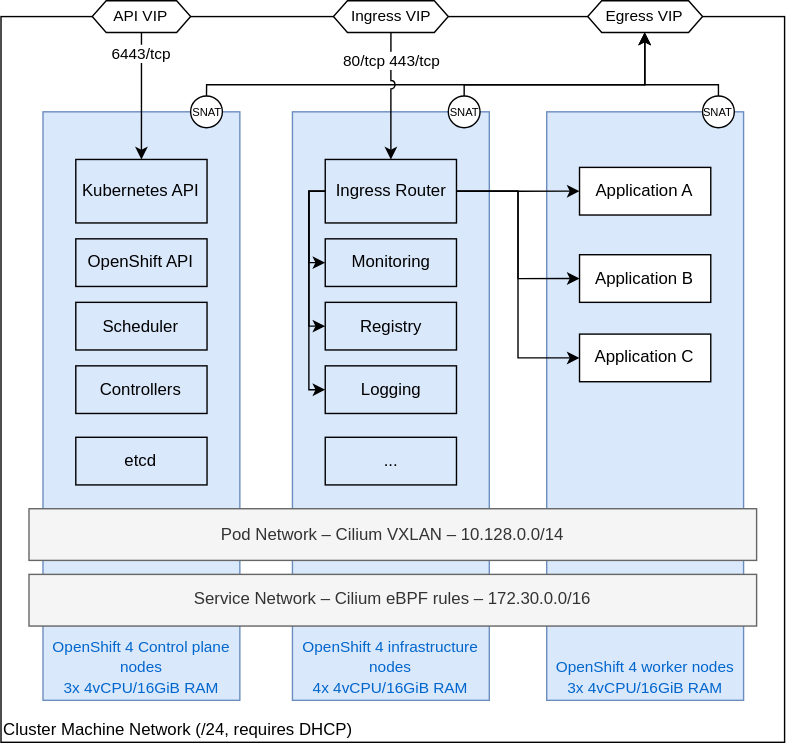
The draw.io diagram docs/modules/ROOT/assets/images/ocp4-architecture.svg in appuio/openshift4-docs, before a commit. Source tidied: cells renumbered, new cells last; positions are measured from the earlier drawing's top-left corner, leaving out a move shared by most shapes.
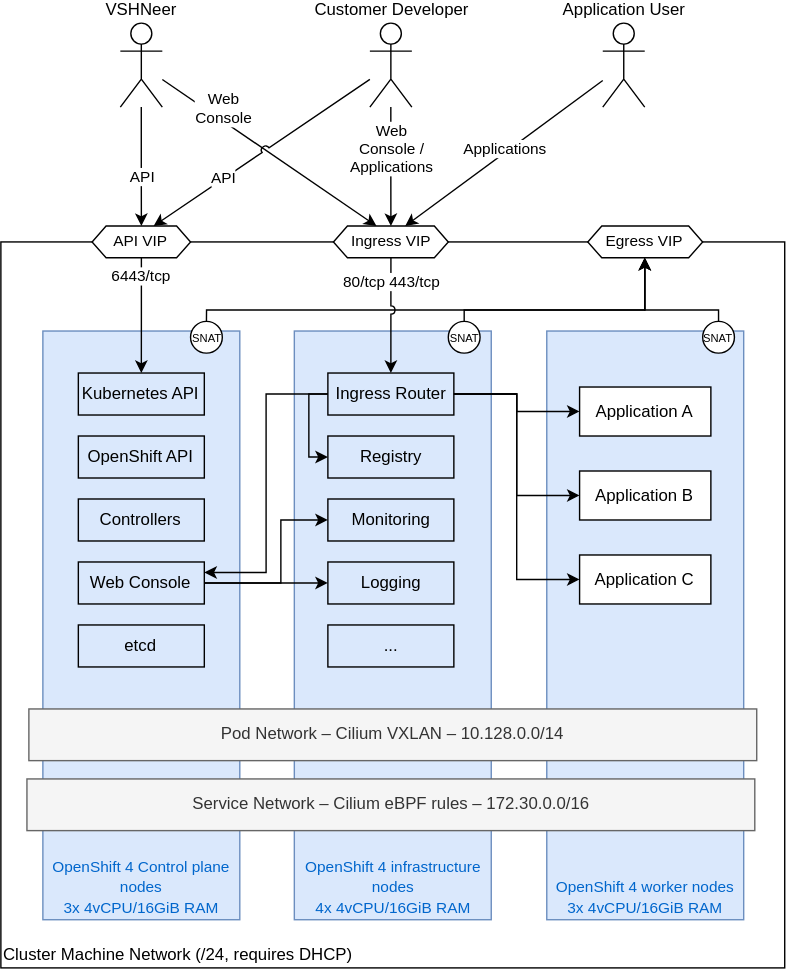
The same diagram one commit later.

Commit message:
Add section on user access

The edit, as a diff of the source:
```diff
@@ -3,110 +3,54 @@
     <mxCell id="0" />
     <mxCell id="1" parent="0" />
     <mxCell id="2" value="&lt;font color=&quot;#000000&quot;&gt;Cluster Machine Network (/24, requires DHCP)&lt;br&gt;&lt;/font&gt;" style="rounded=0;whiteSpace=wrap;html=1;fontColor=#0066CC;fillColor=none;verticalAlign=bottom;align=left;labelPosition=center;verticalLabelPosition=middle;" parent="1" vertex="1">
-      <mxGeometry y="11.4" width="560" height="518.6" as="geometry" />
+      <mxGeometry y="256.4" width="560" height="518.6" as="geometry" />
     </mxCell>
     <mxCell id="3" style="edgeStyle=orthogonalEdgeStyle;rounded=0;jettySize=auto;html=1;fontSize=11;fontColor=#000000;exitX=0.5;exitY=0;exitDx=0;exitDy=0;entryX=0.5;entryY=1;entryDx=0;entryDy=0;jumpStyle=none;" parent="1" edge="1" source="34" target="32">
       <mxGeometry relative="1" as="geometry">
         <Array as="points">
-          <mxPoint x="147" y="60" />
-          <mxPoint x="460" y="60" />
-          <mxPoint x="460" y="23" />
+          <mxPoint x="147" y="305" />
+          <mxPoint x="460" y="305" />
+          <mxPoint x="460" y="268" />
         </Array>
       </mxGeometry>
     </mxCell>
     <mxCell id="4" value="&lt;font style=&quot;font-size: 11px&quot;&gt;OpenShift 4 Control plane nodes&lt;br&gt;3x 4vCPU/16GiB RAM&lt;br&gt;&lt;/font&gt;" style="rounded=0;whiteSpace=wrap;html=1;verticalAlign=bottom;fillColor=#dae8fc;strokeColor=#6c8ebf;fontColor=#0066CC;" parent="1" vertex="1">
-      <mxGeometry x="30" y="79.4" width="140.7" height="420.6" as="geometry" />
+      <mxGeometry x="30" y="320" width="140.7" height="420.6" as="geometry" />
     </mxCell>
     <mxCell id="5" value="&lt;font style=&quot;font-size: 11px&quot;&gt;OpenShift 4 infrastructure nodes&lt;br&gt;4x 4vCPU/16GiB RAM&lt;br&gt;&lt;/font&gt;" style="rounded=0;whiteSpace=wrap;html=1;verticalAlign=bottom;fillColor=#dae8fc;strokeColor=#6c8ebf;fontColor=#0066CC;" parent="1" vertex="1">
-      <mxGeometry x="208.3" y="79.4" width="140.7" height="420.6" as="geometry" />
+      <mxGeometry x="209.6" y="320" width="140.7" height="420.6" as="geometry" />
     </mxCell>
     <mxCell id="6" value="&lt;font style=&quot;font-size: 11px&quot;&gt;OpenShift 4 worker nodes&lt;br&gt;3x 4vCPU/16GiB RAM&lt;br&gt;&lt;/font&gt;" style="rounded=0;whiteSpace=wrap;html=1;verticalAlign=bottom;fillColor=#dae8fc;strokeColor=#6c8ebf;fontColor=#0066CC;" parent="1" vertex="1">
-      <mxGeometry x="390" y="79.4" width="140.7" height="420.6" as="geometry" />
+      <mxGeometry x="390" y="320" width="140.7" height="420.6" as="geometry" />
     </mxCell>
     <mxCell id="7" value="&lt;div align=&quot;center&quot;&gt;Pod Network – Cilium VXLAN – 10.128.0.0/14&lt;/div&gt;" style="rounded=0;whiteSpace=wrap;html=1;align=center;fillColor=#f5f5f5;fontColor=#333333;strokeColor=#666666;" parent="1" vertex="1">
-      <mxGeometry x="20" y="363.1" width="520" height="36.9" as="geometry" />
+      <mxGeometry x="20" y="590" width="520" height="36.9" as="geometry" />
     </mxCell>
-    <mxCell id="8" value="Kubernetes API" style="rounded=0;whiteSpace=wrap;html=1;fontColor=#000000;fillColor=none;" parent="1" vertex="1">
-      <mxGeometry x="53.4" y="113.5" width="93.8" height="45.4" as="geometry" />
-    </mxCell>
-    <mxCell id="9" value="Scheduler" style="rounded=0;whiteSpace=wrap;html=1;fontColor=#000000;fillColor=none;" parent="1" vertex="1">
-      <mxGeometry x="53.4" y="215.6" width="93.8" height="34" as="geometry" />
-    </mxCell>
-    <mxCell id="10" value="Controllers" style="rounded=0;whiteSpace=wrap;html=1;fontColor=#000000;fillColor=none;" parent="1" vertex="1">
-      <mxGeometry x="53.4" y="261" width="93.8" height="34" as="geometry" />
-    </mxCell>
-    <mxCell id="11" value="OpenShift API" style="rounded=0;whiteSpace=wrap;html=1;fontColor=#000000;fillColor=none;" parent="1" vertex="1">
-      <mxGeometry x="53.4" y="170.2" width="93.8" height="34" as="geometry" />
-    </mxCell>
-    <mxCell id="12" value="etcd" style="rounded=0;whiteSpace=wrap;html=1;fontColor=#000000;fillColor=none;" parent="1" vertex="1">
-      <mxGeometry x="53.4" y="312" width="93.8" height="34" as="geometry" />
-    </mxCell>
-    <mxCell id="13" value="Ingress Router" style="rounded=0;whiteSpace=wrap;html=1;fontColor=#000000;fillColor=none;" parent="1" vertex="1">
-      <mxGeometry x="231.7" y="113.5" width="93.8" height="45.4" as="geometry" />
-    </mxCell>
-    <mxCell id="14" value="Monitoring" style="rounded=0;whiteSpace=wrap;html=1;fontColor=#000000;fillColor=none;" parent="1" vertex="1">
-      <mxGeometry x="231.7" y="170.2" width="93.8" height="34" as="geometry" />
-    </mxCell>
-    <mxCell id="15" style="edgeStyle=orthogonalEdgeStyle;rounded=0;jettySize=auto;html=1;fontSize=11;fontColor=#000000;entryX=0;entryY=0.5;entryDx=0;entryDy=0;exitX=0;exitY=0.5;exitDx=0;exitDy=0;" parent="1" edge="1" source="13" target="14">
-      <mxGeometry relative="1" as="geometry">
-        <Array as="points">
-          <mxPoint x="220" y="136.2" />
-          <mxPoint x="220" y="187.2" />
-        </Array>
-      </mxGeometry>
-    </mxCell>
-    <mxCell id="16" value="Registry" style="rounded=0;whiteSpace=wrap;html=1;fontColor=#000000;fillColor=none;" parent="1" vertex="1">
-      <mxGeometry x="231.7" y="215.6" width="93.8" height="34" as="geometry" />
-    </mxCell>
-    <mxCell id="17" style="edgeStyle=orthogonalEdgeStyle;rounded=0;jettySize=auto;html=1;fontSize=11;fontColor=#000000;entryX=0;entryY=0.5;entryDx=0;entryDy=0;exitX=0;exitY=0.5;exitDx=0;exitDy=0;" parent="1" edge="1" source="13" target="16">
-      <mxGeometry relative="1" as="geometry">
-        <Array as="points">
-          <mxPoint x="220" y="136.2" />
-          <mxPoint x="220" y="232.6" />
-        </Array>
-      </mxGeometry>
-    </mxCell>
-    <mxCell id="18" value="Logging" style="rounded=0;whiteSpace=wrap;html=1;fontColor=#000000;fillColor=none;" parent="1" vertex="1">
-      <mxGeometry x="231.7" y="261" width="93.8" height="34" as="geometry" />
-    </mxCell>
-    <mxCell id="19" style="edgeStyle=orthogonalEdgeStyle;rounded=0;jettySize=auto;html=1;fontSize=11;fontColor=#000000;entryX=0;entryY=0.5;entryDx=0;entryDy=0;exitX=0;exitY=0.5;exitDx=0;exitDy=0;" parent="1" edge="1" source="13" target="18">
-      <mxGeometry relative="1" as="geometry">
-        <Array as="points">
-          <mxPoint x="220" y="136.2" />
-          <mxPoint x="220" y="278" />
-        </Array>
-      </mxGeometry>
-    </mxCell>
-    <mxCell id="20" value="..." style="rounded=0;whiteSpace=wrap;html=1;fontColor=#000000;fillColor=none;" parent="1" vertex="1">
-      <mxGeometry x="231.7" y="312" width="93.8" height="34" as="geometry" />
-    </mxCell>
     <mxCell id="21" value="Application A" style="rounded=0;whiteSpace=wrap;html=1;fontColor=#000000;fillColor=default;" parent="1" vertex="1">
-      <mxGeometry x="413.5" y="119.1" width="93.8" height="34" as="geometry" />
+      <mxGeometry x="413.5" y="360" width="93.8" height="35" as="geometry" />
     </mxCell>
-    <mxCell id="22" style="edgeStyle=orthogonalEdgeStyle;rounded=0;jettySize=auto;html=1;fontSize=11;fontColor=#000000;" parent="1" edge="1" source="13" target="21">
+    <mxCell id="22" style="edgeStyle=orthogonalEdgeStyle;rounded=0;jettySize=auto;html=1;fontSize=11;fontColor=#000000;exitX=1;exitY=0.5;exitDx=0;exitDy=0;" parent="1" edge="1" source="13" target="21">
       <mxGeometry relative="1" as="geometry" />
     </mxCell>
     <mxCell id="23" value="Application B" style="rounded=0;whiteSpace=wrap;html=1;fontColor=#000000;fillColor=default;" parent="1" vertex="1">
-      <mxGeometry x="413.5" y="181.5" width="93.8" height="34" as="geometry" />
+      <mxGeometry x="413.5" y="420" width="93.8" height="35" as="geometry" />
     </mxCell>
-    <mxCell id="24" style="edgeStyle=orthogonalEdgeStyle;rounded=0;jettySize=auto;html=1;fontSize=11;fontColor=#000000;entryX=0;entryY=0.5;entryDx=0;entryDy=0;" parent="1" edge="1" source="13" target="23">
+    <mxCell id="24" style="edgeStyle=orthogonalEdgeStyle;rounded=0;jettySize=auto;html=1;fontSize=11;fontColor=#000000;entryX=0;entryY=0.5;entryDx=0;entryDy=0;exitX=1;exitY=0.5;exitDx=0;exitDy=0;" parent="1" edge="1" source="13" target="23">
       <mxGeometry relative="1" as="geometry" />
     </mxCell>
     <mxCell id="25" value="Application C" style="rounded=0;whiteSpace=wrap;html=1;fontColor=#000000;fillColor=default;" parent="1" vertex="1">
-      <mxGeometry x="413.5" y="238.3" width="93.8" height="34" as="geometry" />
+      <mxGeometry x="413.5" y="480" width="93.8" height="35" as="geometry" />
     </mxCell>
-    <mxCell id="26" style="edgeStyle=orthogonalEdgeStyle;rounded=0;jettySize=auto;html=1;fontSize=11;fontColor=#000000;entryX=0;entryY=0.5;entryDx=0;entryDy=0;" parent="1" edge="1" source="13" target="25">
+    <mxCell id="26" style="edgeStyle=orthogonalEdgeStyle;rounded=0;jettySize=auto;html=1;fontSize=11;fontColor=#000000;entryX=0;entryY=0.5;entryDx=0;entryDy=0;exitX=1;exitY=0.5;exitDx=0;exitDy=0;" parent="1" edge="1" source="13" target="25">
       <mxGeometry relative="1" as="geometry" />
     </mxCell>
-    <mxCell id="27" value="6443/tcp" style="edgeStyle=orthogonalEdgeStyle;rounded=0;jettySize=auto;html=1;fontSize=11;fontColor=#000000;" parent="1" edge="1" source="28">
-      <mxGeometry x="-0.67" relative="1" as="geometry">
-        <mxPoint x="100.3" y="113.5" as="targetPoint" />
-      </mxGeometry>
+    <mxCell id="27" value="6443/tcp" style="edgeStyle=orthogonalEdgeStyle;rounded=0;jettySize=auto;html=1;fontSize=11;fontColor=#000000;entryX=0.5;entryY=0;entryDx=0;entryDy=0;" parent="1" edge="1" source="28" target="8">
+      <mxGeometry x="-0.67" relative="1" as="geometry" />
     </mxCell>
     <mxCell id="28" value="API VIP" style="shape=hexagon;perimeter=hexagonPerimeter2;whiteSpace=wrap;html=1;fixedSize=1;fontSize=11;fontColor=#000000;fillColor=default;size=10;" parent="1" vertex="1">
-      <mxGeometry x="65.2" width="70.3" height="22.7" as="geometry" />
+      <mxGeometry x="65.2" y="245" width="70.3" height="22.7" as="geometry" />
     </mxCell>
-    <mxCell id="29" style="edgeStyle=orthogonalEdgeStyle;rounded=0;jettySize=auto;html=1;fontSize=11;fontColor=#000000;entryX=0.5;entryY=0;entryDx=0;entryDy=0;jumpStyle=arc;" parent="1" edge="1" source="31" target="13">
+    <mxCell id="29" style="edgeStyle=orthogonalEdgeStyle;rounded=0;jettySize=auto;html=1;fontSize=11;fontColor=#000000;jumpStyle=arc;entryX=0.5;entryY=0;entryDx=0;entryDy=0;" parent="1" edge="1" source="31" target="13">
       <mxGeometry relative="1" as="geometry" />
     </mxCell>
     <mxCell id="30" value="80/tcp 443/tcp" style="edgeLabel;html=1;align=center;verticalAlign=middle;fontSize=11;fontColor=#000000;" parent="29" vertex="1">
@@ -115,39 +59,140 @@
       </mxGeometry>
     </mxCell>
     <mxCell id="31" value="Ingress VIP" style="shape=hexagon;perimeter=hexagonPerimeter2;whiteSpace=wrap;html=1;fixedSize=1;fontSize=11;fontColor=#000000;fillColor=default;size=10;" parent="1" vertex="1">
-      <mxGeometry x="237.6" width="82.1" height="22.7" as="geometry" />
+      <mxGeometry x="237.6" y="245" width="82.1" height="22.7" as="geometry" />
     </mxCell>
     <mxCell id="32" value="Egress VIP" style="shape=hexagon;perimeter=hexagonPerimeter2;whiteSpace=wrap;html=1;fixedSize=1;fontSize=11;fontColor=#000000;fillColor=default;size=10;" parent="1" vertex="1">
-      <mxGeometry x="419.3" width="82.1" height="22.7" as="geometry" />
+      <mxGeometry x="419.3" y="245" width="82.1" height="22.7" as="geometry" />
     </mxCell>
     <mxCell id="33" style="edgeStyle=orthogonalEdgeStyle;rounded=0;jettySize=auto;html=1;fontSize=11;fontColor=#000000;exitX=0.5;exitY=0;exitDx=0;exitDy=0;entryX=0.5;entryY=1;entryDx=0;entryDy=0;startArrow=none;" parent="1" edge="1" source="35" target="32">
       <mxGeometry relative="1" as="geometry">
         <Array as="points">
-          <mxPoint x="331" y="60" />
-          <mxPoint x="460" y="60" />
-          <mxPoint x="460" y="23" />
+          <mxPoint x="331" y="305" />
+          <mxPoint x="460" y="305" />
+          <mxPoint x="460" y="268" />
         </Array>
       </mxGeometry>
     </mxCell>
     <mxCell id="34" value="&lt;font style=&quot;font-size: 8px ; line-height: 1&quot;&gt;SNAT&lt;/font&gt;" style="ellipse;whiteSpace=wrap;html=1;fontSize=11;fontColor=#000000;fillColor=default;" parent="1" vertex="1">
-      <mxGeometry x="135.5" y="68.1" width="22.7" height="22.7" as="geometry" />
+      <mxGeometry x="135.5" y="313.1" width="22.7" height="22.7" as="geometry" />
     </mxCell>
     <mxCell id="35" value="&lt;font style=&quot;font-size: 8px ; line-height: 1&quot;&gt;SNAT&lt;/font&gt;" style="ellipse;whiteSpace=wrap;html=1;fontSize=11;fontColor=#000000;fillColor=default;" parent="1" vertex="1">
-      <mxGeometry x="319.7" y="68.1" width="22.7" height="22.7" as="geometry" />
+      <mxGeometry x="319.7" y="313.1" width="22.7" height="22.7" as="geometry" />
     </mxCell>
     <mxCell id="36" value="&lt;font style=&quot;font-size: 8px ; line-height: 1&quot;&gt;SNAT&lt;/font&gt;" style="ellipse;whiteSpace=wrap;html=1;fontSize=11;fontColor=#000000;fillColor=default;" parent="1" vertex="1">
-      <mxGeometry x="501.4" y="68.1" width="22.7" height="22.7" as="geometry" />
+      <mxGeometry x="501.4" y="313.1" width="22.7" height="22.7" as="geometry" />
     </mxCell>
     <mxCell id="37" style="edgeStyle=orthogonalEdgeStyle;rounded=0;jettySize=auto;html=1;fontSize=11;fontColor=#000000;exitX=0.5;exitY=0;exitDx=0;exitDy=0;" parent="1" edge="1" source="36" target="32">
       <mxGeometry relative="1" as="geometry">
         <Array as="points">
-          <mxPoint x="513" y="60" />
-          <mxPoint x="460" y="60" />
+          <mxPoint x="513" y="305" />
+          <mxPoint x="460" y="305" />
         </Array>
       </mxGeometry>
     </mxCell>
     <mxCell id="38" value="&lt;div align=&quot;center&quot;&gt;Service Network – Cilium eBPF rules – 172.30.0.0/16&lt;/div&gt;" style="rounded=0;whiteSpace=wrap;html=1;align=center;fillColor=#f5f5f5;fontColor=#333333;strokeColor=#666666;" parent="1" vertex="1">
-      <mxGeometry x="20" y="410" width="520" height="36.9" as="geometry" />
+      <mxGeometry x="18.6" y="640" width="520" height="36.9" as="geometry" />
     </mxCell>
+    <mxCell id="39" style="edgeStyle=orthogonalEdgeStyle;rounded=0;jettySize=auto;html=1;" parent="1" edge="1" source="43" target="28">
+      <mxGeometry relative="1" as="geometry" />
+    </mxCell>
+    <mxCell id="40" value="API" style="edgeLabel;html=1;align=center;verticalAlign=middle;" parent="39" vertex="1">
+      <mxGeometry x="0.27" y="-1" relative="1" as="geometry">
+        <mxPoint x="1" y="-4" as="offset" />
+      </mxGeometry>
+    </mxCell>
+    <mxCell id="41" style="rounded=0;jettySize=auto;html=1;entryX=0.375;entryY=0;entryDx=0;entryDy=0;jumpStyle=arc;" parent="1" edge="1" source="43" target="31">
+      <mxGeometry relative="1" as="geometry" />
+    </mxCell>
+    <mxCell id="42" value="Web&lt;br&gt;Console" style="edgeLabel;html=1;align=center;verticalAlign=middle;" parent="41" vertex="1">
+      <mxGeometry x="0.42" y="-1" relative="1" as="geometry">
+        <mxPoint x="-65" y="-55" as="offset" />
+      </mxGeometry>
+    </mxCell>
+    <mxCell id="43" value="VSHNeer" style="shape=umlActor;verticalLabelPosition=top;verticalAlign=bottom;html=1;outlineConnect=0;labelPosition=center;align=center;" parent="1" vertex="1">
+      <mxGeometry x="85.3" y="100" width="30" height="60" as="geometry" />
+    </mxCell>
+    <mxCell id="17" style="edgeStyle=orthogonalEdgeStyle;rounded=0;jettySize=auto;html=1;entryX=0;entryY=0.5;entryDx=0;entryDy=0;exitX=0;exitY=0.5;exitDx=0;exitDy=0;" parent="1" edge="1" source="13" target="16">
+      <mxGeometry relative="1" as="geometry">
+        <Array as="points">
+          <mxPoint x="220" y="365" />
+          <mxPoint x="220" y="410" />
+        </Array>
+      </mxGeometry>
+    </mxCell>
+    <mxCell id="44" style="edgeStyle=orthogonalEdgeStyle;rounded=0;jettySize=auto;html=1;entryX=1;entryY=0.25;entryDx=0;entryDy=0;" parent="1" edge="1" source="13" target="47">
+      <mxGeometry relative="1" as="geometry" />
+    </mxCell>
+    <mxCell id="13" value="Ingress Router" style="rounded=0;whiteSpace=wrap;html=1;fontColor=#000000;fillColor=none;spacing=2;" parent="1" vertex="1">
+      <mxGeometry x="233.6" y="350" width="90" height="30" as="geometry" />
+    </mxCell>
+    <mxCell id="16" value="Registry" style="rounded=0;whiteSpace=wrap;html=1;fontColor=#000000;fillColor=none;spacing=2;" parent="1" vertex="1">
+      <mxGeometry x="233.6" y="395" width="90" height="30" as="geometry" />
+    </mxCell>
+    <mxCell id="18" value="Logging" style="rounded=0;whiteSpace=wrap;html=1;fontColor=#000000;fillColor=none;spacing=2;" parent="1" vertex="1">
+      <mxGeometry x="233.6" y="485" width="90" height="30" as="geometry" />
+    </mxCell>
+    <mxCell id="14" value="Monitoring" style="rounded=0;whiteSpace=wrap;html=1;fontColor=#000000;fillColor=none;spacing=2;" parent="1" vertex="1">
+      <mxGeometry x="233.6" y="440" width="90" height="30" as="geometry" />
+    </mxCell>
+    <mxCell id="8" value="Kubernetes API" style="rounded=0;whiteSpace=wrap;html=1;fontColor=#000000;fillColor=none;spacing=2;" parent="1" vertex="1">
+      <mxGeometry x="55.3" y="350" width="90" height="30" as="geometry" />
+    </mxCell>
+    <mxCell id="20" value="..." style="rounded=0;whiteSpace=wrap;html=1;fontColor=#000000;fillColor=none;spacing=2;" parent="1" vertex="1">
+      <mxGeometry x="233.6" y="530" width="90" height="30" as="geometry" />
+    </mxCell>
+    <mxCell id="11" value="OpenShift API" style="rounded=0;whiteSpace=wrap;html=1;fontColor=#000000;fillColor=none;spacing=2;" parent="1" vertex="1">
+      <mxGeometry x="55.3" y="395" width="90" height="30" as="geometry" />
+    </mxCell>
+    <mxCell id="10" value="Controllers" style="rounded=0;whiteSpace=wrap;html=1;fontColor=#000000;fillColor=none;spacing=2;" parent="1" vertex="1">
+      <mxGeometry x="55.3" y="440" width="90" height="30" as="geometry" />
+    </mxCell>
+    <mxCell id="45" style="edgeStyle=orthogonalEdgeStyle;rounded=0;jettySize=auto;html=1;entryX=0;entryY=0.5;entryDx=0;entryDy=0;" parent="1" edge="1" source="47" target="14">
+      <mxGeometry relative="1" as="geometry">
+        <Array as="points">
+          <mxPoint x="200" y="500" />
+          <mxPoint x="200" y="455" />
+        </Array>
+      </mxGeometry>
+    </mxCell>
+    <mxCell id="46" style="edgeStyle=orthogonalEdgeStyle;rounded=0;jettySize=auto;html=1;entryX=0;entryY=0.5;entryDx=0;entryDy=0;" parent="1" edge="1" source="47" target="18">
+      <mxGeometry relative="1" as="geometry" />
+    </mxCell>
+    <mxCell id="47" value="Web Console" style="rounded=0;whiteSpace=wrap;html=1;fontColor=#000000;fillColor=none;spacing=2;" parent="1" vertex="1">
+      <mxGeometry x="55.3" y="485" width="90" height="30" as="geometry" />
+    </mxCell>
+    <mxCell id="12" value="etcd" style="rounded=0;whiteSpace=wrap;html=1;fontColor=#000000;fillColor=none;spacing=2;" parent="1" vertex="1">
+      <mxGeometry x="55.3" y="530" width="90" height="30" as="geometry" />
+    </mxCell>
+    <mxCell id="48" style="edgeStyle=orthogonalEdgeStyle;rounded=0;jettySize=auto;html=1;" parent="1" edge="1" source="52" target="31">
+      <mxGeometry relative="1" as="geometry" />
+    </mxCell>
+    <mxCell id="49" value="Web&lt;br&gt;Console / &lt;br&gt;Applications" style="edgeLabel;html=1;align=center;verticalAlign=middle;" parent="48" vertex="1">
+      <mxGeometry x="0.16" y="-1" relative="1" as="geometry">
+        <mxPoint x="1" y="-19" as="offset" />
+      </mxGeometry>
+    </mxCell>
+    <mxCell id="50" style="rounded=0;jettySize=auto;html=1;entryX=0.625;entryY=0;entryDx=0;entryDy=0;jumpStyle=arc;" parent="1" edge="1" source="52" target="28">
+      <mxGeometry relative="1" as="geometry" />
+    </mxCell>
+    <mxCell id="51" value="API" style="edgeLabel;html=1;align=center;verticalAlign=middle;" parent="50" vertex="1">
+      <mxGeometry x="0.42" y="-2" relative="1" as="geometry">
+        <mxPoint x="6" y="-3" as="offset" />
+      </mxGeometry>
+    </mxCell>
+    <mxCell id="52" value="Customer Developer" style="shape=umlActor;verticalLabelPosition=top;verticalAlign=bottom;html=1;outlineConnect=0;labelPosition=center;align=center;" parent="1" vertex="1">
+      <mxGeometry x="263.6" y="100" width="30" height="60" as="geometry" />
+    </mxCell>
+    <mxCell id="53" style="rounded=0;jettySize=auto;html=1;entryX=0.625;entryY=0;entryDx=0;entryDy=0;" parent="1" edge="1" source="55" target="31">
+      <mxGeometry relative="1" as="geometry" />
+    </mxCell>
+    <mxCell id="54" value="Applications" style="edgeLabel;html=1;align=center;verticalAlign=middle;" parent="53" vertex="1">
+      <mxGeometry x="-0.65" y="-2" relative="1" as="geometry">
+        <mxPoint x="-44" y="32" as="offset" />
+      </mxGeometry>
+    </mxCell>
+    <mxCell id="55" value="Application User" style="shape=umlActor;verticalLabelPosition=top;verticalAlign=bottom;html=1;outlineConnect=0;labelPosition=center;align=center;" parent="1" vertex="1">
+      <mxGeometry x="430" y="100" width="30" height="60" as="geometry" />
+    </mxCell>
   </root>
 </mxGraphModel>
```
